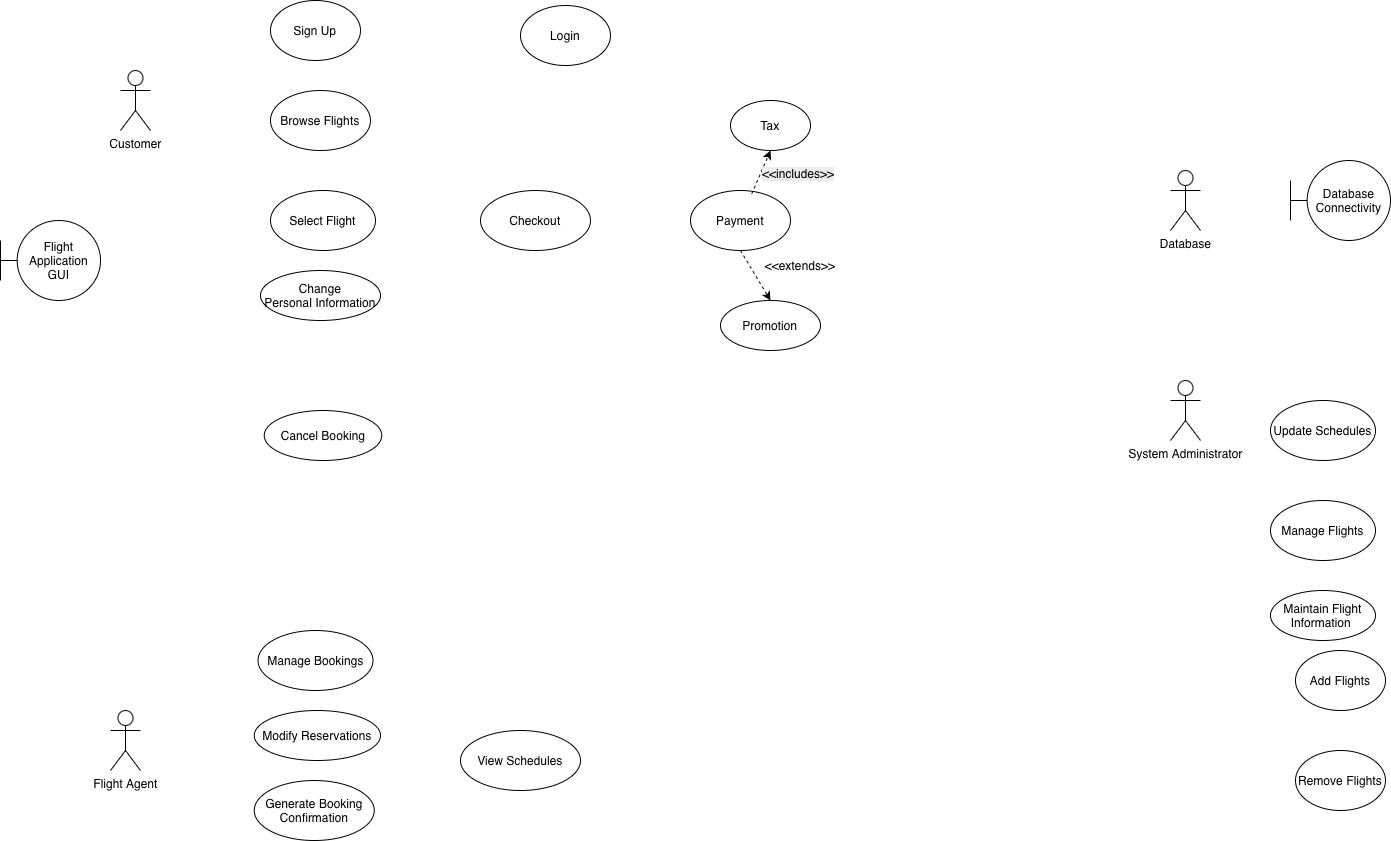
The draw.io diagram SystemUseCaseDiagram.drawio.png in aditi-j25/ENSF_480_Term_project, before a commit. Source tidied: cells renumbered, new cells last; positions are measured from the earlier drawing's top-left corner, leaving out a move shared by most shapes.
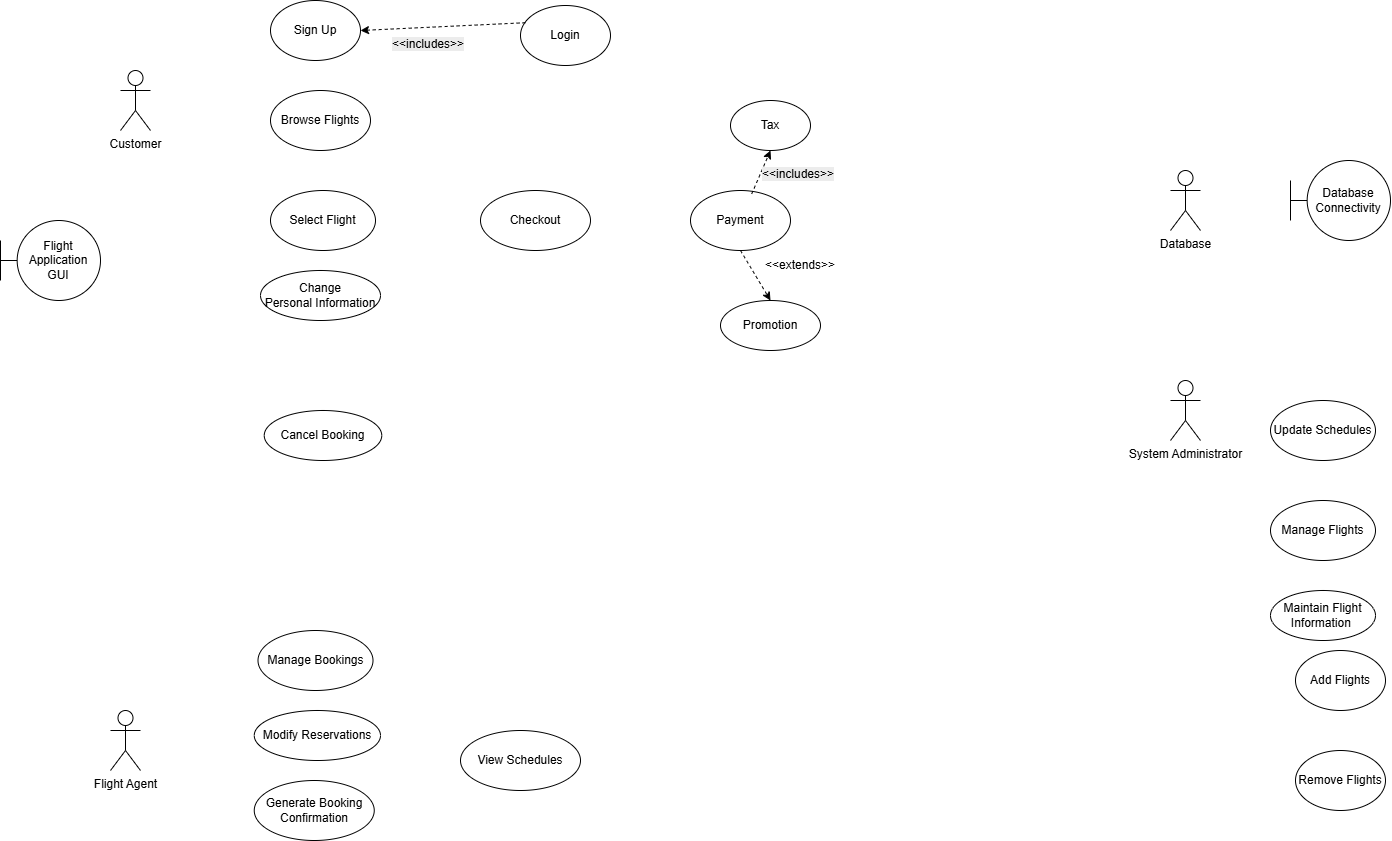
The same file after the commit.

The edit, as a diff of the source:
```diff
@@ -81,7 +81,7 @@
       <mxGeometry x="263.8" y="410" width="117.5" height="50" as="geometry" />
     </mxCell>
     <mxCell id="28" value="&lt;span style=&quot;color: rgb(0, 0, 0); font-family: Helvetica; font-size: 12px; font-style: normal; font-variant-ligatures: normal; font-variant-caps: normal; font-weight: 400; letter-spacing: normal; orphans: 2; text-align: center; text-indent: 0px; text-transform: none; widows: 2; word-spacing: 0px; -webkit-text-stroke-width: 0px; white-space: normal; background-color: rgb(236, 236, 236); text-decoration-thickness: initial; text-decoration-style: initial; text-decoration-color: initial; float: none; display: inline !important;&quot;&gt;&amp;lt;&amp;lt;includes&amp;gt;&amp;gt;&lt;/span&gt;" style="text;whiteSpace=wrap;html=1;" parent="1" vertex="1">
-      <mxGeometry x="760" y="160" width="100" height="40" as="geometry" />
+      <mxGeometry x="760" y="160" width="80" height="20" as="geometry" />
     </mxCell>
     <mxCell id="29" value="Add Flights" style="ellipse;whiteSpace=wrap;html=1;" parent="1" vertex="1">
       <mxGeometry x="1295" y="650" width="90" height="60" as="geometry" />
@@ -89,5 +89,11 @@
     <mxCell id="30" value="Remove Flights" style="ellipse;whiteSpace=wrap;html=1;" parent="1" vertex="1">
       <mxGeometry x="1295" y="750" width="90" height="60" as="geometry" />
     </mxCell>
+    <mxCell id="31" value="&lt;span style=&quot;color: rgb(0, 0, 0); font-family: Helvetica; font-size: 12px; font-style: normal; font-variant-ligatures: normal; font-variant-caps: normal; font-weight: 400; letter-spacing: normal; orphans: 2; text-align: center; text-indent: 0px; text-transform: none; widows: 2; word-spacing: 0px; -webkit-text-stroke-width: 0px; white-space: normal; background-color: rgb(236, 236, 236); text-decoration-thickness: initial; text-decoration-style: initial; text-decoration-color: initial; float: none; display: inline !important;&quot;&gt;&amp;lt;&amp;lt;includes&amp;gt;&amp;gt;&lt;/span&gt;" style="text;whiteSpace=wrap;html=1;" parent="1" vertex="1">
+      <mxGeometry x="390" y="30" width="90" height="30" as="geometry" />
+    </mxCell>
+    <mxCell id="32" style="endArrow=classic;html=1;rounded=0;entryX=1;entryY=0.5;entryDx=0;entryDy=0;exitX=0.056;exitY=0.287;exitDx=0;exitDy=0;dashed=1;exitPerimeter=0;" parent="1" edge="1" source="4" target="9">
+      <mxGeometry relative="1" as="geometry" />
+    </mxCell>
   </root>
 </mxGraphModel>
```
